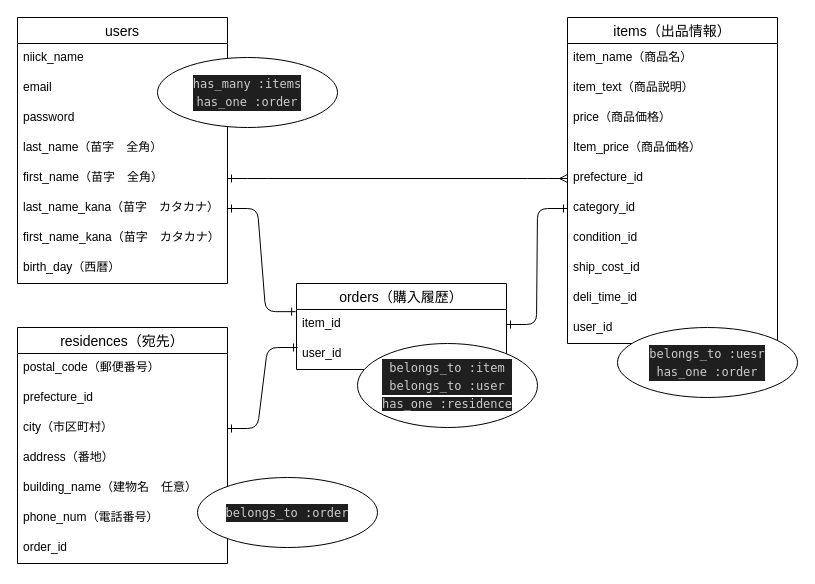
The draw.io diagram ER.dio in hiroshi-43/furima-41006, before the edit. Source tidied: cells renumbered, new cells numbered last; positions are measured from the earlier drawing's top-left corner, leaving out a move shared by most shapes. Both pictures are drawn from the tidied source at 100%, with x=0, y=0 at pixel (17, 17).
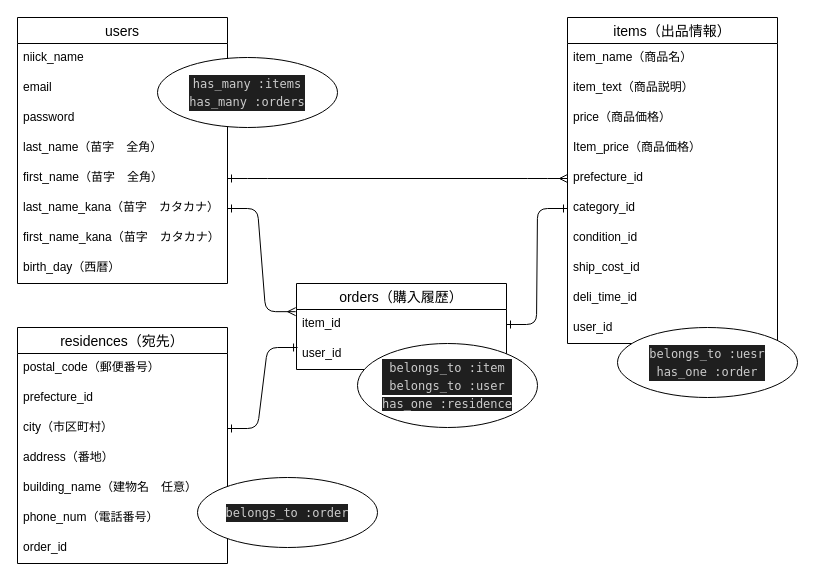
After the change.

The change refers to these unchanged cells:
```xml
<mxCell id="8" value="last_name_kana（苗字　カタカナ）" style="text;strokeColor=none;fillColor=none;spacingLeft=4;spacingRight=4;overflow=hidden;points=[[0,0.5],[1,0.5]];portConstraint=eastwest;fontSize=12;" parent="2" vertex="1">
  <mxGeometry y="176" width="210" height="30" as="geometry" />
</mxCell>
<mxCell id="32" value="item_id" style="text;strokeColor=none;fillColor=none;spacingLeft=4;spacingRight=4;overflow=hidden;points=[[0,0.5],[1,0.5]];portConstraint=eastwest;fontSize=12;" parent="31" vertex="1">
  <mxGeometry y="26" width="210" height="30" as="geometry" />
</mxCell>
```

Change to the diagram source:
```diff
@@
-    <mxCell id="35" style="edgeStyle=entityRelationEdgeStyle;fontSize=12;html=1;endArrow=ERone;endFill=0;entryX=1;entryY=0.5;entryDx=0;entryDy=0;exitX=-0.004;exitY=0.072;exitDx=0;exitDy=0;exitPerimeter=0;startArrow=ERone;startFill=0;" parent="1" edge="1" source="32" target="8">
+    <mxCell id="35" style="edgeStyle=entityRelationEdgeStyle;fontSize=12;html=1;endArrow=ERone;endFill=0;entryX=1;entryY=0.5;entryDx=0;entryDy=0;exitX=-0.004;exitY=0.072;exitDx=0;exitDy=0;exitPerimeter=0;startArrow=ERmany;startFill=0;" parent="1" edge="1" source="32" target="8">
       <mxGeometry relative="1" as="geometry" />
     </mxCell>
-    <mxCell id="36" value="&lt;div style=&quot;color: rgb(204, 204, 204); background-color: rgb(31, 31, 31); font-family: Menlo, Monaco, &amp;quot;Courier New&amp;quot;, monospace; line-height: 18px;&quot;&gt;&lt;div&gt;has_many :items&lt;/div&gt;&lt;div&gt;has_one :order&lt;/div&gt;&lt;/div&gt;" style="ellipse;whiteSpace=wrap;html=1;align=center;" parent="1" vertex="1">
+    <mxCell id="36" value="&lt;div style=&quot;color: rgb(204, 204, 204); background-color: rgb(31, 31, 31); font-family: Menlo, Monaco, &amp;quot;Courier New&amp;quot;, monospace; line-height: 18px;&quot;&gt;&lt;div&gt;has_many :items&lt;/div&gt;&lt;div&gt;has_many :orders&lt;/div&gt;&lt;/div&gt;" style="ellipse;whiteSpace=wrap;html=1;align=center;" parent="1" vertex="1">
       <mxGeometry x="140" y="40" width="180" height="70" as="geometry" />
     </mxCell>
```
